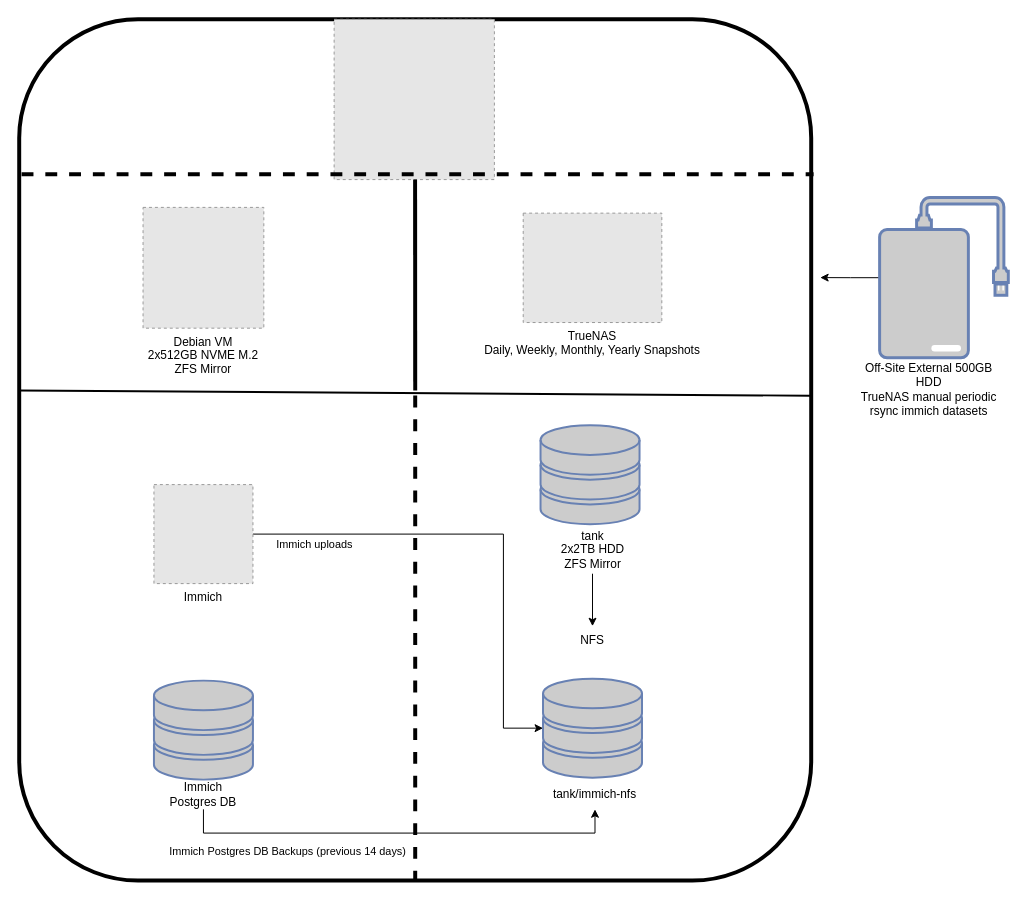
HenryVag/homelab keeps this draw.io diagram as diagrams/Immich-Backup-Architecture.drawio. Above is the earlier version. Source tidied: cells renumbered, new cells numbered last; positions are measured from the earlier drawing's top-left corner, leaving out a move shared by most shapes. Both pictures are drawn from the tidied source at 99%, with x=0, y=0 at pixel (-16, 19). Pictures stored in the file or linked from it are replaced by grey dashed boxes.
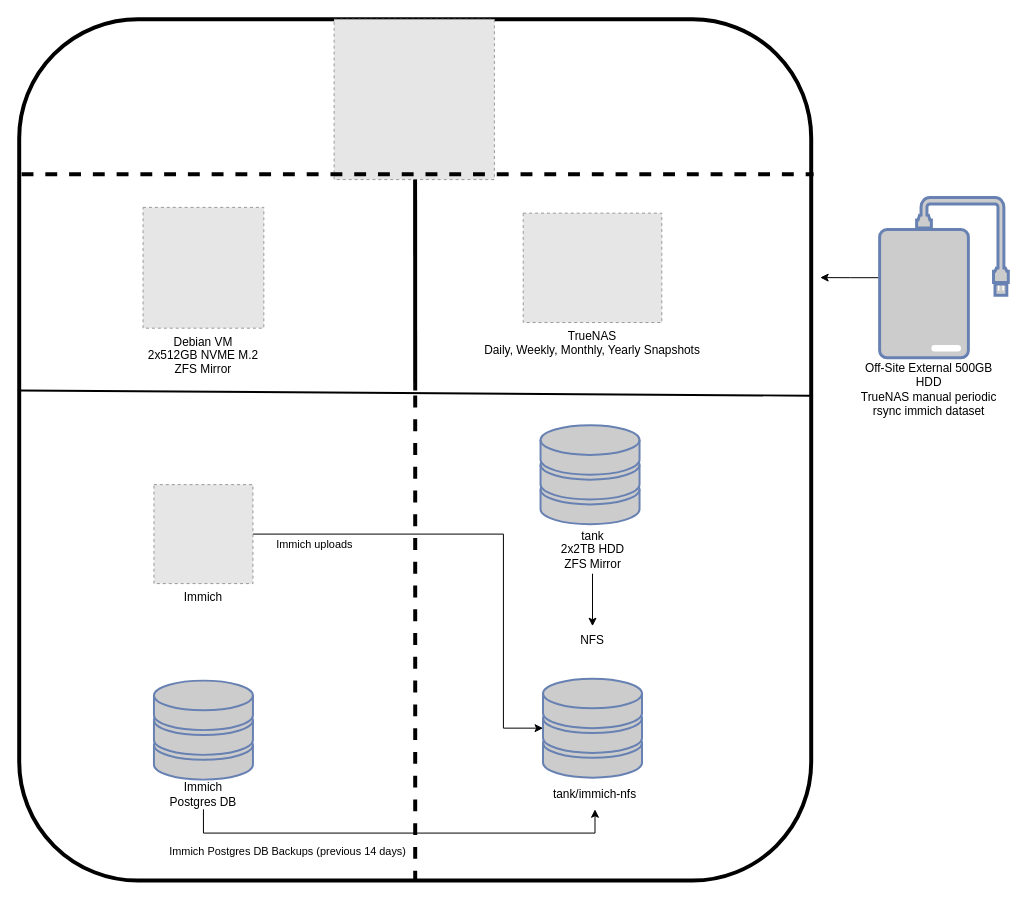
The same page after the edit.

The edit, as a diff of the source:
```diff
@@
-    <mxCell id="27" value="Off-Site External 500GB HDD&lt;br&gt;TrueNAS manual periodic rsync immich datasets" style="text;html=1;whiteSpace=wrap;strokeColor=none;fillColor=none;align=center;verticalAlign=middle;rounded=0;" parent="1" vertex="1">
+    <mxCell id="27" value="Off-Site External 500GB HDD&lt;br&gt;TrueNAS manual periodic rsync immich dataset" style="text;html=1;whiteSpace=wrap;strokeColor=none;fillColor=none;align=center;verticalAlign=middle;rounded=0;" parent="1" vertex="1">
       <mxGeometry x="884" y="350" width="140" height="48" as="geometry" />
     </mxCell>
```
